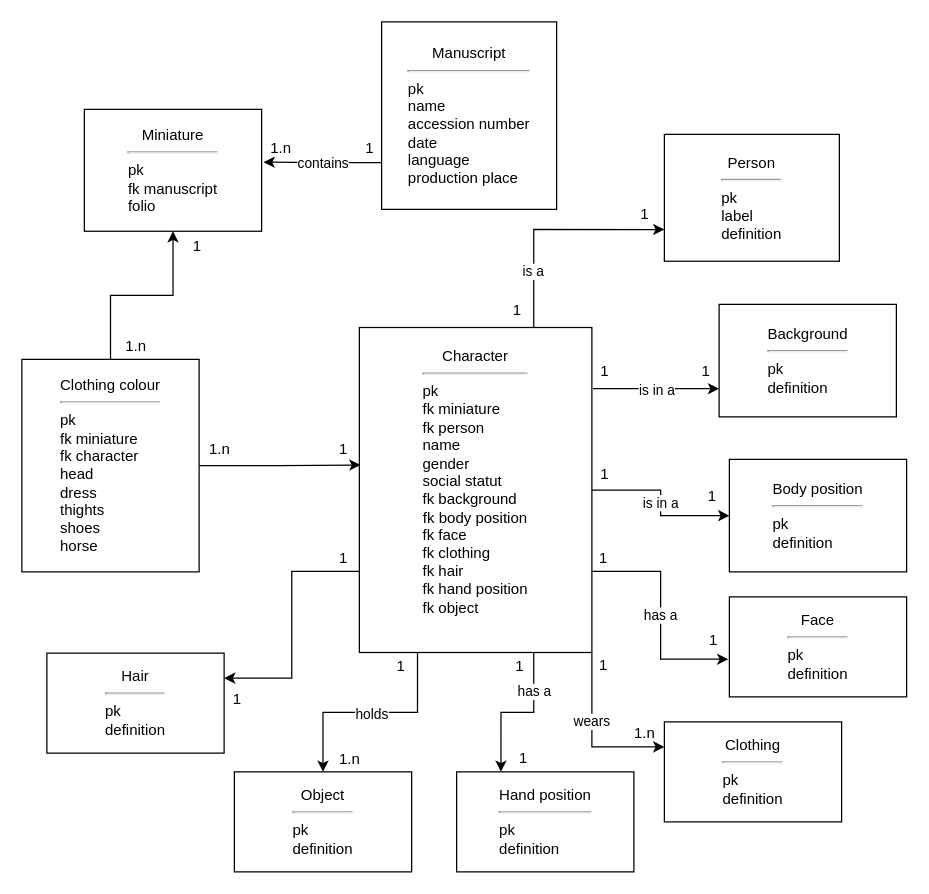
Above: trobairitz.drawio in ellieiri/enluminures_trobairitz (draw.io), before the change. Source tidied: cells renumbered, new cells numbered last; positions are measured from the earlier drawing's top-left corner, leaving out a move shared by most shapes. Both pictures are drawn from the tidied source at 125%, with x=0, y=0 at pixel (21, 21).
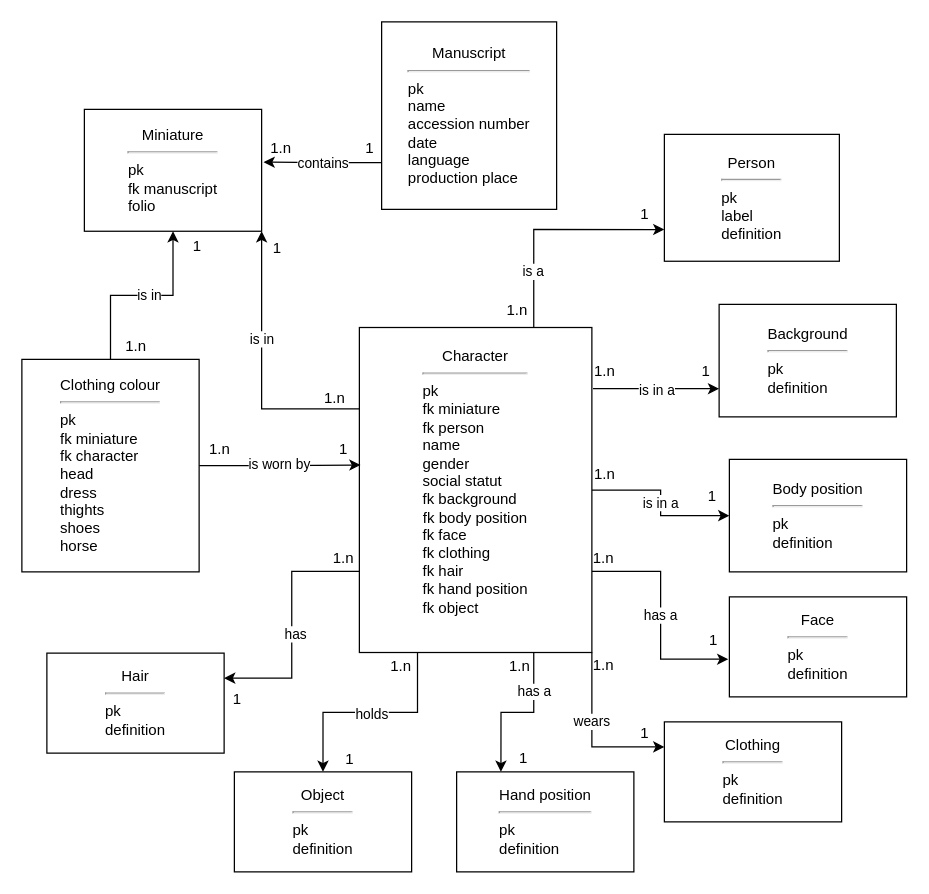
The same diagram, later.

Commit message:
Mettre à jour trobairitz.drawio

Unchanged cells that the change refers to:
```xml
<mxCell id="4" value="&lt;div&gt;Miniature&lt;br&gt;&lt;/div&gt;&lt;div&gt;&lt;hr&gt;&lt;/div&gt;&lt;div align=&quot;left&quot;&gt;pk&lt;/div&gt;&lt;div align=&quot;left&quot;&gt;fk manuscript&lt;/div&gt;&lt;div align=&quot;left&quot;&gt;folio&lt;/div&gt;" style="rounded=0;whiteSpace=wrap;html=1;" parent="1" vertex="1">
  <mxGeometry x="50" y="70" width="141.8" height="97.5" as="geometry" />
</mxCell>
<mxCell id="18" style="edgeStyle=orthogonalEdgeStyle;rounded=0;jettySize=auto;html=1;exitX=0;exitY=0.75;exitDx=0;exitDy=0;entryX=1;entryY=0.25;entryDx=0;entryDy=0;" parent="1" edge="1" source="19" target="27">
  <mxGeometry relative="1" as="geometry" />
</mxCell>
<mxCell id="19" value="&lt;div align=&quot;center&quot;&gt;Character&lt;br&gt;&lt;/div&gt;&lt;div align=&quot;center&quot;&gt;&lt;hr&gt;&lt;/div&gt;&lt;div align=&quot;left&quot;&gt;pk&lt;/div&gt;&lt;div align=&quot;left&quot;&gt;fk miniature&lt;br&gt;&lt;/div&gt;&lt;div align=&quot;left&quot;&gt;fk person&lt;br&gt;&lt;/div&gt;&lt;div align=&quot;left&quot;&gt;name&lt;/div&gt;&lt;div align=&quot;left&quot;&gt;gender&lt;/div&gt;&lt;div align=&quot;left&quot;&gt;social statut&lt;br&gt;&lt;/div&gt;&lt;div align=&quot;left&quot;&gt;fk background&lt;/div&gt;&lt;div&gt;fk body position&lt;/div&gt;&lt;div align=&quot;left&quot;&gt;fk face&lt;/div&gt;&lt;div align=&quot;left&quot;&gt;fk clothing&lt;/div&gt;&lt;div align=&quot;left&quot;&gt;fk hair&lt;/div&gt;&lt;div align=&quot;left&quot;&gt;fk hand position&lt;/div&gt;&lt;div align=&quot;left&quot;&gt;fk object&lt;br&gt;&lt;/div&gt;&lt;div&gt;&lt;br&gt;&lt;/div&gt;" style="rounded=0;whiteSpace=wrap;html=1;align=center;" parent="1" vertex="1">
  <mxGeometry x="270" y="244.5" width="186" height="260" as="geometry" />
</mxCell>
<mxCell id="24" style="edgeStyle=orthogonalEdgeStyle;rounded=0;jettySize=auto;html=1;exitX=0.5;exitY=0;exitDx=0;exitDy=0;entryX=0.5;entryY=1;entryDx=0;entryDy=0;" parent="1" edge="1" source="25" target="4">
  <mxGeometry relative="1" as="geometry" />
</mxCell>
<mxCell id="25" value="&lt;div&gt;Clothing colour&lt;br&gt;&lt;/div&gt;&lt;div&gt;&lt;hr&gt;&lt;/div&gt;&lt;div align=&quot;left&quot;&gt;pk&lt;/div&gt;&lt;div align=&quot;left&quot;&gt;fk miniature&lt;br&gt;&lt;/div&gt;&lt;div align=&quot;left&quot;&gt;fk character&lt;/div&gt;&lt;div align=&quot;left&quot;&gt;head&lt;/div&gt;&lt;div align=&quot;left&quot;&gt;dress&lt;/div&gt;&lt;div align=&quot;left&quot;&gt;thights&lt;/div&gt;&lt;div align=&quot;left&quot;&gt;shoes&lt;/div&gt;&lt;div align=&quot;left&quot;&gt;horse&lt;br&gt;&lt;/div&gt;" style="rounded=0;whiteSpace=wrap;html=1;" parent="1" vertex="1">
  <mxGeometry y="270" width="141.8" height="170" as="geometry" />
</mxCell>
```

Diff of the diagram source:
```diff
@@
+    <mxCell id="51" value="has" style="edgeLabel;html=1;align=center;verticalAlign=middle;" parent="18" vertex="1">
+      <mxGeometry x="0.07" y="3" relative="1" as="geometry" />
+    </mxCell>
+    <mxCell id="52" style="edgeStyle=orthogonalEdgeStyle;rounded=0;jettySize=auto;html=1;exitX=0;exitY=0.25;exitDx=0;exitDy=0;entryX=1;entryY=1;entryDx=0;entryDy=0;" parent="1" edge="1" source="19" target="4">
+      <mxGeometry relative="1" as="geometry" />
+    </mxCell>
+    <mxCell id="53" value="is in" style="edgeLabel;html=1;align=center;verticalAlign=middle;" parent="52" vertex="1">
+      <mxGeometry x="0.22" relative="1" as="geometry" />
+    </mxCell>
@@
-    <mxCell id="23" style="edgeStyle=orthogonalEdgeStyle;rounded=0;jettySize=auto;html=1;exitX=1;exitY=0.5;exitDx=0;exitDy=0;entryX=0.005;entryY=0.423;entryDx=0;entryDy=0;entryPerimeter=0;" parent="1" edge="1" source="25" target="19">
+    <mxCell id="23" value="is worn by" style="edgeStyle=orthogonalEdgeStyle;rounded=0;jettySize=auto;html=1;exitX=1;exitY=0.5;exitDx=0;exitDy=0;entryX=0.005;entryY=0.423;entryDx=0;entryDy=0;entryPerimeter=0;" parent="1" edge="1" source="25" target="19">
       <mxGeometry relative="1" as="geometry" />
     </mxCell>
@@
+    <mxCell id="54" value="is in" style="edgeLabel;html=1;align=center;verticalAlign=middle;" parent="24" vertex="1">
+      <mxGeometry x="0.08" relative="1" as="geometry" />
+    </mxCell>
@@
-    <mxCell id="31" value="1" style="text;html=1;align=center;verticalAlign=middle;strokeColor=none;fillColor=none;" parent="1" vertex="1">
-      <mxGeometry x="381" y="215.5" width="30" height="30" as="geometry" />
+    <mxCell id="31" value="1.n" style="text;html=1;align=center;verticalAlign=middle;strokeColor=none;fillColor=none;" parent="1" vertex="1">
+      <mxGeometry x="376" y="215.5" width="40" height="30" as="geometry" />
     </mxCell>
@@
-    <mxCell id="33" value="1" style="text;html=1;align=center;verticalAlign=middle;strokeColor=none;fillColor=none;" parent="1" vertex="1">
-      <mxGeometry x="451" y="265" width="30" height="30" as="geometry" />
+    <mxCell id="33" value="1.n" style="text;html=1;align=center;verticalAlign=middle;strokeColor=none;fillColor=none;" parent="1" vertex="1">
+      <mxGeometry x="446" y="265" width="40" height="30" as="geometry" />
     </mxCell>
@@
-    <mxCell id="35" value="1" style="text;html=1;align=center;verticalAlign=middle;strokeColor=none;fillColor=none;" parent="1" vertex="1">
-      <mxGeometry x="451" y="347" width="30" height="30" as="geometry" />
+    <mxCell id="35" value="1.n" style="text;html=1;align=center;verticalAlign=middle;strokeColor=none;fillColor=none;" parent="1" vertex="1">
+      <mxGeometry x="446" y="347" width="40" height="30" as="geometry" />
     </mxCell>
@@
-    <mxCell id="37" value="1" style="text;html=1;align=center;verticalAlign=middle;strokeColor=none;fillColor=none;" parent="1" vertex="1">
-      <mxGeometry x="449.6" y="414" width="30" height="30" as="geometry" />
+    <mxCell id="37" value="1.n" style="text;html=1;align=center;verticalAlign=middle;strokeColor=none;fillColor=none;" parent="1" vertex="1">
+      <mxGeometry x="444.6" y="414" width="40" height="30" as="geometry" />
     </mxCell>
@@
-    <mxCell id="39" value="1" style="text;html=1;align=center;verticalAlign=middle;strokeColor=none;fillColor=none;" parent="1" vertex="1">
-      <mxGeometry x="450" y="500" width="30" height="30" as="geometry" />
+    <mxCell id="39" value="1.n" style="text;html=1;align=center;verticalAlign=middle;strokeColor=none;fillColor=none;" parent="1" vertex="1">
+      <mxGeometry x="445" y="500" width="40" height="30" as="geometry" />
     </mxCell>
-    <mxCell id="40" value="1.n" style="text;html=1;align=center;verticalAlign=middle;strokeColor=none;fillColor=none;" parent="1" vertex="1">
-      <mxGeometry x="478" y="554" width="40" height="30" as="geometry" />
+    <mxCell id="40" value="1" style="text;html=1;align=center;verticalAlign=middle;strokeColor=none;fillColor=none;" parent="1" vertex="1">
+      <mxGeometry x="483" y="554" width="30" height="30" as="geometry" />
     </mxCell>
-    <mxCell id="41" value="1" style="text;html=1;align=center;verticalAlign=middle;strokeColor=none;fillColor=none;" parent="1" vertex="1">
-      <mxGeometry x="383" y="501" width="30" height="30" as="geometry" />
+    <mxCell id="41" value="1.n" style="text;html=1;align=center;verticalAlign=middle;strokeColor=none;fillColor=none;" parent="1" vertex="1">
+      <mxGeometry x="378" y="501" width="40" height="30" as="geometry" />
     </mxCell>
@@
-    <mxCell id="43" value="1" style="text;html=1;align=center;verticalAlign=middle;strokeColor=none;fillColor=none;" parent="1" vertex="1">
-      <mxGeometry x="287.8" y="501" width="30" height="30" as="geometry" />
+    <mxCell id="43" value="1.n" style="text;html=1;align=center;verticalAlign=middle;strokeColor=none;fillColor=none;" parent="1" vertex="1">
+      <mxGeometry x="282.8" y="501" width="40" height="30" as="geometry" />
     </mxCell>
-    <mxCell id="44" value="1.n" style="text;html=1;align=center;verticalAlign=middle;strokeColor=none;fillColor=none;" parent="1" vertex="1">
-      <mxGeometry x="241.8" y="575" width="40" height="30" as="geometry" />
+    <mxCell id="44" value="1" style="text;html=1;align=center;verticalAlign=middle;strokeColor=none;fillColor=none;" parent="1" vertex="1">
+      <mxGeometry x="246.8" y="575" width="30" height="30" as="geometry" />
     </mxCell>
-    <mxCell id="45" value="1" style="text;html=1;align=center;verticalAlign=middle;strokeColor=none;fillColor=none;" parent="1" vertex="1">
-      <mxGeometry x="241.8" y="414" width="30" height="30" as="geometry" />
+    <mxCell id="45" value="1.n" style="text;html=1;align=center;verticalAlign=middle;strokeColor=none;fillColor=none;" parent="1" vertex="1">
+      <mxGeometry x="236.8" y="414" width="40" height="30" as="geometry" />
     </mxCell>
@@
+    <mxCell id="55" value="1.n" style="text;html=1;align=center;verticalAlign=middle;strokeColor=none;fillColor=none;" parent="1" vertex="1">
+      <mxGeometry x="230" y="286" width="40" height="30" as="geometry" />
+    </mxCell>
+    <mxCell id="56" value="1" style="text;html=1;align=center;verticalAlign=middle;strokeColor=none;fillColor=none;" parent="1" vertex="1">
+      <mxGeometry x="189" y="166" width="30" height="30" as="geometry" />
+    </mxCell>
```
